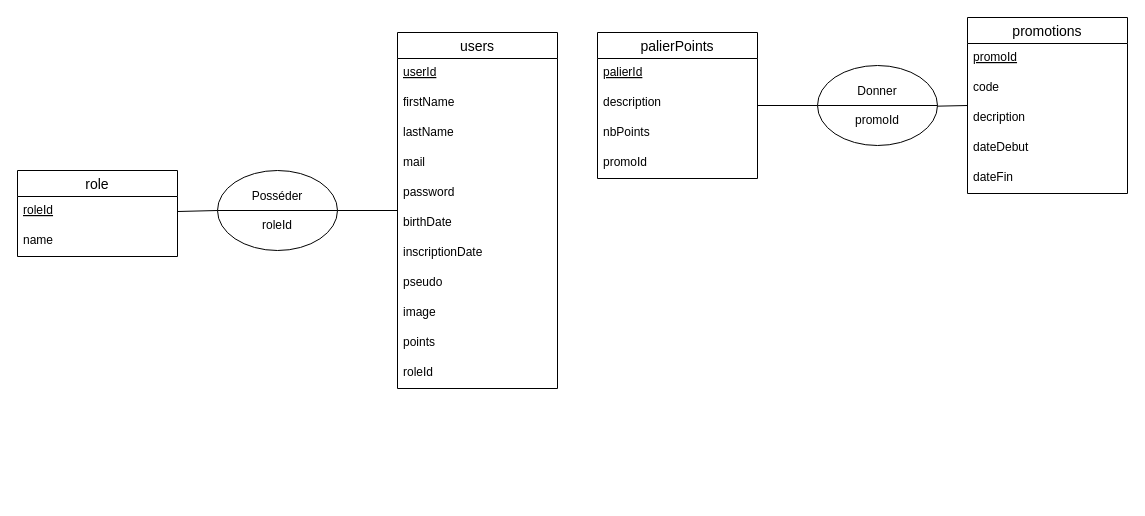
Before: page "MCD 2" (2 of 4) of BDD.drawio in Benji290402/TpPHP-SQL, a draw.io diagram. Source tidied: cells renumbered, new cells numbered last; positions are measured from the earlier drawing's top-left corner, leaving out a move shared by most shapes. Both pictures are drawn from the tidied source at 100%, with x=0, y=0 at pixel (17, 17).
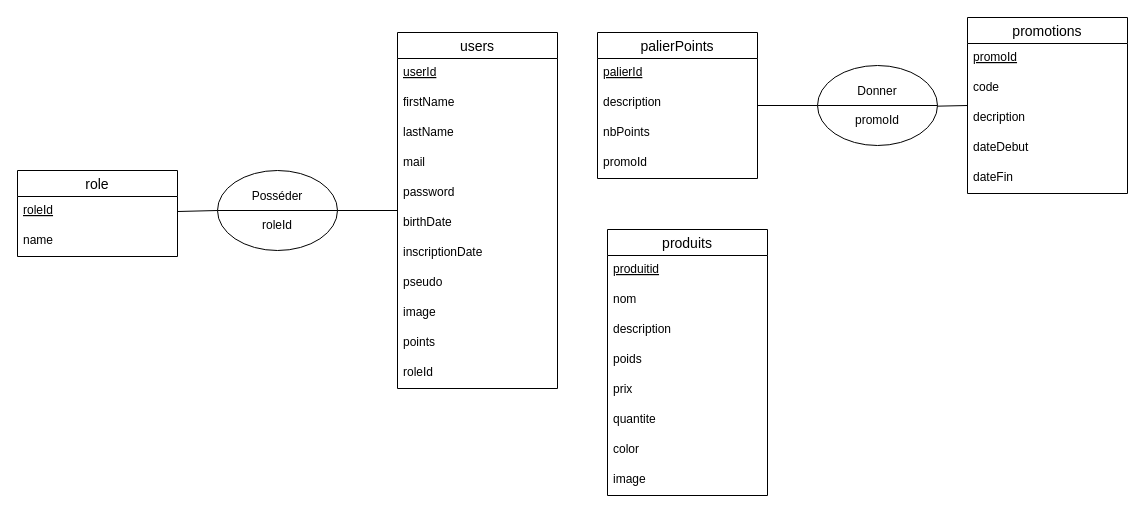
Above is the later version.

Change to the diagram source:
```diff
@@
+    <mxCell id="36" value="produits" style="swimlane;fontStyle=0;horizontal=1;startSize=26;align=center;fontSize=14;" parent="1" vertex="1">
+      <mxGeometry x="590" y="212" width="160" height="266" as="geometry" />
+    </mxCell>
+    <mxCell id="37" value="produitid" style="text;strokeColor=none;fillColor=none;spacingLeft=4;spacingRight=4;overflow=hidden;fontSize=12;fontStyle=4;" parent="36" vertex="1">
+      <mxGeometry y="26" width="160" height="30" as="geometry" />
+    </mxCell>
+    <mxCell id="38" value="nom" style="text;strokeColor=none;fillColor=none;spacingLeft=4;spacingRight=4;overflow=hidden;fontSize=12;" parent="36" vertex="1">
+      <mxGeometry y="56" width="160" height="30" as="geometry" />
+    </mxCell>
+    <mxCell id="39" value="description" style="text;strokeColor=none;fillColor=none;spacingLeft=4;spacingRight=4;overflow=hidden;fontSize=12;" parent="36" vertex="1">
+      <mxGeometry y="86" width="160" height="30" as="geometry" />
+    </mxCell>
+    <mxCell id="40" value="poids" style="text;strokeColor=none;fillColor=none;spacingLeft=4;spacingRight=4;overflow=hidden;fontSize=12;" parent="36" vertex="1">
+      <mxGeometry y="116" width="160" height="30" as="geometry" />
+    </mxCell>
+    <mxCell id="41" value="prix" style="text;strokeColor=none;fillColor=none;spacingLeft=4;spacingRight=4;overflow=hidden;fontSize=12;" parent="36" vertex="1">
+      <mxGeometry y="146" width="160" height="30" as="geometry" />
+    </mxCell>
+    <mxCell id="42" value="quantite" style="text;strokeColor=none;fillColor=none;spacingLeft=4;spacingRight=4;overflow=hidden;fontSize=12;" parent="36" vertex="1">
+      <mxGeometry y="176" width="160" height="30" as="geometry" />
+    </mxCell>
+    <mxCell id="43" value="color" style="text;strokeColor=none;fillColor=none;spacingLeft=4;spacingRight=4;overflow=hidden;fontSize=12;" parent="36" vertex="1">
+      <mxGeometry y="206" width="160" height="30" as="geometry" />
+    </mxCell>
+    <mxCell id="44" value="image" style="text;strokeColor=none;fillColor=none;spacingLeft=4;spacingRight=4;overflow=hidden;fontSize=12;" parent="36" vertex="1">
+      <mxGeometry y="236" width="160" height="30" as="geometry" />
+    </mxCell>
```
